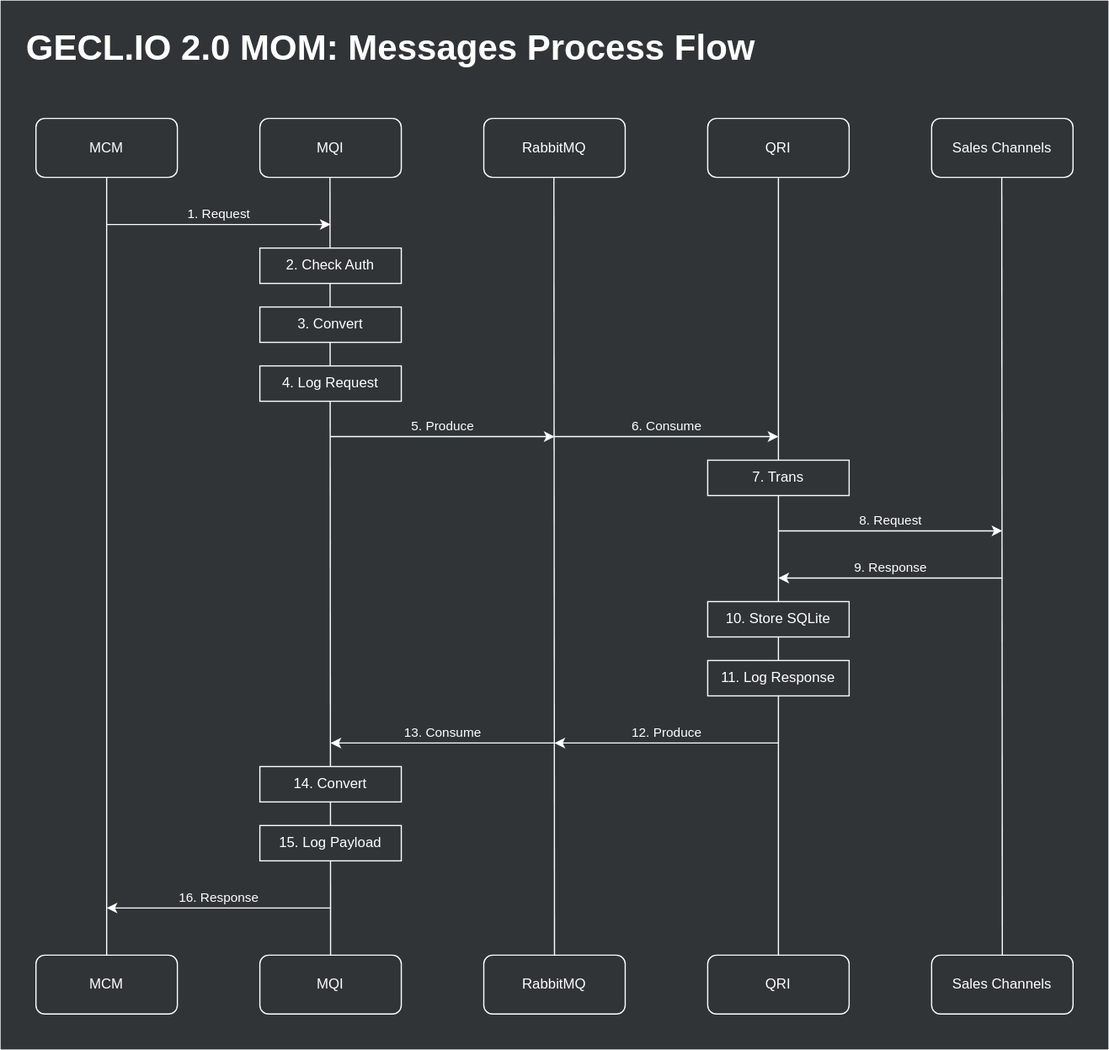
This is assets/.draw.io/documents/geclio2-mom-process.svg from jiholee-ntwglobal/jiholee-ntwglobal.github.io, a draw.io export, as it was before one commit. Source tidied: cells renumbered, new cells last; positions are measured from the earlier drawing's top-left corner, leaving out a move shared by most shapes.
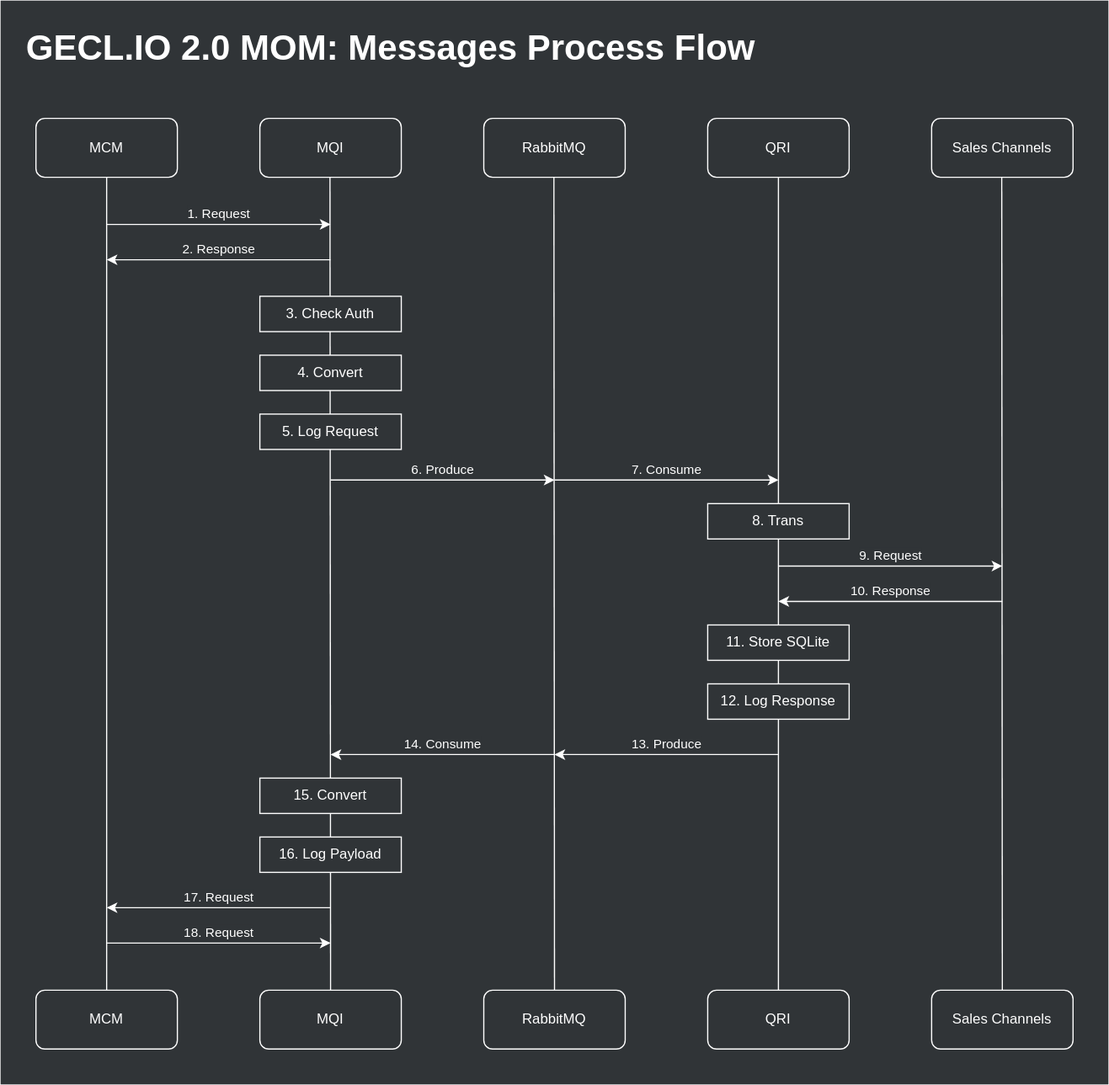
The same diagram one commit later.

Diff of the diagram source:
```diff
@@ -3,7 +3,7 @@
     <mxCell id="0" />
     <mxCell id="1" parent="0" />
     <mxCell id="2" style="rounded=0;whiteSpace=wrap;html=1;fillColor=#303437;strokeColor=none;" parent="1" vertex="1">
-      <mxGeometry width="940" height="890" as="geometry" />
+      <mxGeometry width="940" height="920" as="geometry" />
     </mxCell>
     <mxCell id="3" value="Diagrams" parent="0" />
     <mxCell id="4" style="endArrow=none;html=1;entryX=0.5;entryY=1;entryDx=0;entryDy=0;exitX=0.5;exitY=0;exitDx=0;exitDy=0;strokeColor=#FFFFFF;" parent="3" edge="1" source="19" target="11">
@@ -57,134 +57,134 @@
     <mxCell id="15" value="Sales Channels" style="rounded=1;whiteSpace=wrap;html=1;fillColor=none;strokeColor=#FFFFFF;fontColor=#FFFFFF;" parent="3" vertex="1">
       <mxGeometry x="790" y="100" width="120" height="50" as="geometry" />
     </mxCell>
-    <mxCell id="16" value="2. Check Auth" style="rounded=0;whiteSpace=wrap;html=1;strokeColor=#FFFFFF;fillColor=#303437;fontColor=#FFFFFF;" parent="3" vertex="1">
-      <mxGeometry x="220" y="210" width="120" height="30" as="geometry" />
+    <mxCell id="16" value="3. Check Auth" style="rounded=0;whiteSpace=wrap;html=1;strokeColor=#FFFFFF;fillColor=#303437;fontColor=#FFFFFF;" parent="3" vertex="1">
+      <mxGeometry x="220" y="251" width="120" height="30" as="geometry" />
     </mxCell>
-    <mxCell id="17" value="3. Convert" style="rounded=0;whiteSpace=wrap;html=1;strokeColor=#FFFFFF;fillColor=#303437;fontColor=#FFFFFF;" parent="3" vertex="1">
-      <mxGeometry x="220" y="260" width="120" height="30" as="geometry" />
+    <mxCell id="17" value="4. Convert" style="rounded=0;whiteSpace=wrap;html=1;strokeColor=#FFFFFF;fillColor=#303437;fontColor=#FFFFFF;" parent="3" vertex="1">
+      <mxGeometry x="220" y="301" width="120" height="30" as="geometry" />
     </mxCell>
-    <mxCell id="18" value="4. Log Request" style="rounded=0;whiteSpace=wrap;html=1;strokeColor=#FFFFFF;fillColor=#303437;fontColor=#FFFFFF;" parent="3" vertex="1">
-      <mxGeometry x="220" y="310" width="120" height="30" as="geometry" />
+    <mxCell id="18" value="5. Log Request" style="rounded=0;whiteSpace=wrap;html=1;strokeColor=#FFFFFF;fillColor=#303437;fontColor=#FFFFFF;" parent="3" vertex="1">
+      <mxGeometry x="220" y="351" width="120" height="30" as="geometry" />
     </mxCell>
     <mxCell id="19" value="MCM" style="rounded=1;whiteSpace=wrap;html=1;fillColor=none;strokeColor=#FFFFFF;fontColor=#FFFFFF;" parent="3" vertex="1">
-      <mxGeometry x="30" y="810" width="120" height="50" as="geometry" />
+      <mxGeometry x="30" y="840" width="120" height="50" as="geometry" />
     </mxCell>
     <mxCell id="20" value="MQI" style="rounded=1;whiteSpace=wrap;html=1;fillColor=none;strokeColor=#FFFFFF;fontColor=#FFFFFF;" parent="3" vertex="1">
-      <mxGeometry x="220" y="810" width="120" height="50" as="geometry" />
+      <mxGeometry x="220" y="840" width="120" height="50" as="geometry" />
     </mxCell>
     <mxCell id="21" value="RabbitMQ" style="rounded=1;whiteSpace=wrap;html=1;fillColor=none;strokeColor=#FFFFFF;fontColor=#FFFFFF;" parent="3" vertex="1">
-      <mxGeometry x="410" y="810" width="120" height="50" as="geometry" />
+      <mxGeometry x="410" y="840" width="120" height="50" as="geometry" />
     </mxCell>
     <mxCell id="22" value="QRI" style="rounded=1;whiteSpace=wrap;html=1;fillColor=none;strokeColor=#FFFFFF;fontColor=#FFFFFF;" parent="3" vertex="1">
-      <mxGeometry x="600" y="810" width="120" height="50" as="geometry" />
+      <mxGeometry x="600" y="840" width="120" height="50" as="geometry" />
     </mxCell>
     <mxCell id="23" value="Sales Channels" style="rounded=1;whiteSpace=wrap;html=1;fillColor=none;strokeColor=#FFFFFF;fontColor=#FFFFFF;" parent="3" vertex="1">
-      <mxGeometry x="790" y="810" width="120" height="50" as="geometry" />
+      <mxGeometry x="790" y="840" width="120" height="50" as="geometry" />
     </mxCell>
-    <mxCell id="24" value="15. Log Payload" style="rounded=0;whiteSpace=wrap;html=1;strokeColor=#FFFFFF;fillColor=#303437;fontColor=#FFFFFF;" parent="3" vertex="1">
-      <mxGeometry x="220" y="700" width="120" height="30" as="geometry" />
+    <mxCell id="24" value="16. Log Payload" style="rounded=0;whiteSpace=wrap;html=1;strokeColor=#FFFFFF;fillColor=#303437;fontColor=#FFFFFF;" parent="3" vertex="1">
+      <mxGeometry x="220" y="710" width="120" height="30" as="geometry" />
     </mxCell>
-    <mxCell id="25" value="14. Convert" style="rounded=0;whiteSpace=wrap;html=1;strokeColor=#FFFFFF;fillColor=#303437;fontColor=#FFFFFF;" parent="3" vertex="1">
-      <mxGeometry x="220" y="650" width="120" height="30" as="geometry" />
+    <mxCell id="25" value="15. Convert" style="rounded=0;whiteSpace=wrap;html=1;strokeColor=#FFFFFF;fillColor=#303437;fontColor=#FFFFFF;" parent="3" vertex="1">
+      <mxGeometry x="220" y="660" width="120" height="30" as="geometry" />
     </mxCell>
     <mxCell id="26" style="endArrow=none;html=1;entryX=0.5;entryY=1;entryDx=0;entryDy=0;exitX=0.5;exitY=0;exitDx=0;exitDy=0;strokeColor=#FFFFFF;" parent="3" edge="1" source="22" target="14">
       <mxGeometry relative="1" as="geometry" />
     </mxCell>
-    <mxCell id="27" value="10. Store SQLite" style="rounded=0;whiteSpace=wrap;html=1;strokeColor=#FFFFFF;fillColor=#303437;fontColor=#FFFFFF;" parent="3" vertex="1">
-      <mxGeometry x="600" y="510" width="120" height="30" as="geometry" />
+    <mxCell id="27" value="11. Store SQLite" style="rounded=0;whiteSpace=wrap;html=1;strokeColor=#FFFFFF;fillColor=#303437;fontColor=#FFFFFF;" parent="3" vertex="1">
+      <mxGeometry x="600" y="530" width="120" height="30" as="geometry" />
     </mxCell>
-    <mxCell id="28" value="11. Log Response" style="rounded=0;whiteSpace=wrap;html=1;strokeColor=#FFFFFF;fillColor=#303437;fontColor=#FFFFFF;" parent="3" vertex="1">
-      <mxGeometry x="600" y="560" width="120" height="30" as="geometry" />
+    <mxCell id="28" value="12. Log Response" style="rounded=0;whiteSpace=wrap;html=1;strokeColor=#FFFFFF;fillColor=#303437;fontColor=#FFFFFF;" parent="3" vertex="1">
+      <mxGeometry x="600" y="580" width="120" height="30" as="geometry" />
     </mxCell>
     <mxCell id="29" style="edgeStyle=orthogonalEdgeStyle;rounded=0;orthogonalLoop=1;jettySize=auto;html=1;strokeColor=#FFFFFF;" parent="3" edge="1">
       <mxGeometry relative="1" as="geometry">
-        <mxPoint x="280" y="370" as="sourcePoint" />
-        <mxPoint x="470" y="370" as="targetPoint" />
+        <mxPoint x="280" y="407" as="sourcePoint" />
+        <mxPoint x="470" y="407" as="targetPoint" />
         <Array as="points">
-          <mxPoint x="280" y="370" />
-          <mxPoint x="470" y="370" />
+          <mxPoint x="280" y="407" />
+          <mxPoint x="470" y="407" />
         </Array>
       </mxGeometry>
     </mxCell>
-    <mxCell id="30" value="&lt;font style=&quot;background-color: rgb(48 , 52 , 55)&quot;&gt;5. Produce&lt;/font&gt;" style="edgeLabel;html=1;align=center;verticalAlign=middle;fontColor=#FFFFFF;labelBackgroundColor=none;" parent="29" vertex="1">
+    <mxCell id="30" value="&lt;font style=&quot;background-color: rgb(48 , 52 , 55)&quot;&gt;6. Produce&lt;/font&gt;" style="edgeLabel;html=1;align=center;verticalAlign=middle;fontColor=#FFFFFF;labelBackgroundColor=none;" parent="29" vertex="1">
       <mxGeometry x="-0.2" y="-1" relative="1" as="geometry">
         <mxPoint x="18" y="-11" as="offset" />
       </mxGeometry>
     </mxCell>
     <mxCell id="31" style="edgeStyle=orthogonalEdgeStyle;rounded=0;orthogonalLoop=1;jettySize=auto;html=1;strokeColor=#FFFFFF;" parent="3" edge="1">
       <mxGeometry relative="1" as="geometry">
-        <mxPoint x="470" y="370" as="sourcePoint" />
-        <mxPoint x="660" y="370" as="targetPoint" />
+        <mxPoint x="470" y="407" as="sourcePoint" />
+        <mxPoint x="660" y="407" as="targetPoint" />
         <Array as="points">
-          <mxPoint x="470" y="370" />
-          <mxPoint x="660" y="370" />
+          <mxPoint x="470" y="407" />
+          <mxPoint x="660" y="407" />
         </Array>
       </mxGeometry>
     </mxCell>
-    <mxCell id="32" value="&lt;font style=&quot;background-color: rgb(48 , 52 , 55)&quot;&gt;6. Consume&lt;/font&gt;" style="edgeLabel;html=1;align=center;verticalAlign=middle;fontColor=#FFFFFF;labelBackgroundColor=none;" parent="31" vertex="1">
+    <mxCell id="32" value="&lt;font style=&quot;background-color: rgb(48 , 52 , 55)&quot;&gt;7. Consume&lt;/font&gt;" style="edgeLabel;html=1;align=center;verticalAlign=middle;fontColor=#FFFFFF;labelBackgroundColor=none;" parent="31" vertex="1">
       <mxGeometry x="-0.2" y="-1" relative="1" as="geometry">
         <mxPoint x="18" y="-11" as="offset" />
       </mxGeometry>
     </mxCell>
-    <mxCell id="33" value="7. Trans" style="rounded=0;whiteSpace=wrap;html=1;strokeColor=#FFFFFF;fillColor=#303437;fontColor=#FFFFFF;" parent="3" vertex="1">
-      <mxGeometry x="600" y="390" width="120" height="30" as="geometry" />
+    <mxCell id="33" value="8. Trans" style="rounded=0;whiteSpace=wrap;html=1;strokeColor=#FFFFFF;fillColor=#303437;fontColor=#FFFFFF;" parent="3" vertex="1">
+      <mxGeometry x="600" y="427" width="120" height="30" as="geometry" />
     </mxCell>
     <mxCell id="34" style="edgeStyle=orthogonalEdgeStyle;rounded=0;orthogonalLoop=1;jettySize=auto;html=1;strokeColor=#FFFFFF;" parent="3" edge="1">
       <mxGeometry relative="1" as="geometry">
-        <mxPoint x="660" y="450" as="sourcePoint" />
-        <mxPoint x="850" y="450" as="targetPoint" />
+        <mxPoint x="660" y="480" as="sourcePoint" />
+        <mxPoint x="850" y="480" as="targetPoint" />
         <Array as="points">
-          <mxPoint x="660" y="450" />
-          <mxPoint x="850" y="450" />
+          <mxPoint x="660" y="480" />
+          <mxPoint x="850" y="480" />
         </Array>
       </mxGeometry>
     </mxCell>
-    <mxCell id="35" value="&lt;font style=&quot;background-color: rgb(48 , 52 , 55)&quot;&gt;8. Request&lt;/font&gt;" style="edgeLabel;html=1;align=center;verticalAlign=middle;fontColor=#FFFFFF;labelBackgroundColor=none;" parent="34" vertex="1">
+    <mxCell id="35" value="&lt;font style=&quot;background-color: rgb(48 , 52 , 55)&quot;&gt;9. Request&lt;/font&gt;" style="edgeLabel;html=1;align=center;verticalAlign=middle;fontColor=#FFFFFF;labelBackgroundColor=none;" parent="34" vertex="1">
       <mxGeometry x="-0.2" y="-1" relative="1" as="geometry">
         <mxPoint x="18" y="-11" as="offset" />
       </mxGeometry>
     </mxCell>
     <mxCell id="36" style="edgeStyle=orthogonalEdgeStyle;rounded=0;orthogonalLoop=1;jettySize=auto;html=1;strokeColor=#FFFFFF;startArrow=classic;startFill=1;endArrow=none;endFill=0;" parent="3" edge="1">
       <mxGeometry relative="1" as="geometry">
-        <mxPoint x="660" y="490" as="sourcePoint" />
-        <mxPoint x="850" y="490" as="targetPoint" />
+        <mxPoint x="660" y="510" as="sourcePoint" />
+        <mxPoint x="850" y="510" as="targetPoint" />
         <Array as="points">
-          <mxPoint x="660" y="490" />
-          <mxPoint x="850" y="490" />
+          <mxPoint x="660" y="510" />
+          <mxPoint x="850" y="510" />
         </Array>
       </mxGeometry>
     </mxCell>
-    <mxCell id="37" value="&lt;font style=&quot;background-color: rgb(48 , 52 , 55)&quot;&gt;9. Response&lt;/font&gt;" style="edgeLabel;html=1;align=center;verticalAlign=middle;labelBackgroundColor=none;fontColor=#FFFFFF;" parent="36" vertex="1">
+    <mxCell id="37" value="&lt;font style=&quot;background-color: rgb(48 , 52 , 55)&quot;&gt;10. Response&lt;/font&gt;" style="edgeLabel;html=1;align=center;verticalAlign=middle;labelBackgroundColor=none;fontColor=#FFFFFF;" parent="36" vertex="1">
       <mxGeometry x="-0.2" y="-1" relative="1" as="geometry">
         <mxPoint x="18" y="-11" as="offset" />
       </mxGeometry>
     </mxCell>
     <mxCell id="38" style="edgeStyle=orthogonalEdgeStyle;rounded=0;orthogonalLoop=1;jettySize=auto;html=1;strokeColor=#FFFFFF;startArrow=classic;startFill=1;endArrow=none;endFill=0;" parent="3" edge="1">
       <mxGeometry relative="1" as="geometry">
-        <mxPoint x="470" y="630" as="sourcePoint" />
-        <mxPoint x="660" y="630" as="targetPoint" />
+        <mxPoint x="470" y="640" as="sourcePoint" />
+        <mxPoint x="660" y="640" as="targetPoint" />
         <Array as="points">
-          <mxPoint x="470" y="630" />
-          <mxPoint x="660" y="630" />
+          <mxPoint x="470" y="640" />
+          <mxPoint x="660" y="640" />
         </Array>
       </mxGeometry>
     </mxCell>
-    <mxCell id="39" value="&lt;font style=&quot;background-color: rgb(48 , 52 , 55)&quot;&gt;12. Produce&lt;/font&gt;" style="edgeLabel;html=1;align=center;verticalAlign=middle;fontColor=#FFFFFF;labelBackgroundColor=none;" parent="38" vertex="1">
+    <mxCell id="39" value="&lt;font style=&quot;background-color: rgb(48 , 52 , 55)&quot;&gt;13. Produce&lt;/font&gt;" style="edgeLabel;html=1;align=center;verticalAlign=middle;fontColor=#FFFFFF;labelBackgroundColor=none;" parent="38" vertex="1">
       <mxGeometry x="-0.2" y="-1" relative="1" as="geometry">
         <mxPoint x="18" y="-11" as="offset" />
       </mxGeometry>
     </mxCell>
     <mxCell id="40" style="edgeStyle=orthogonalEdgeStyle;rounded=0;orthogonalLoop=1;jettySize=auto;html=1;strokeColor=#FFFFFF;startArrow=classic;startFill=1;endArrow=none;endFill=0;" parent="3" edge="1">
       <mxGeometry relative="1" as="geometry">
-        <mxPoint x="280" y="630" as="sourcePoint" />
-        <mxPoint x="470" y="630" as="targetPoint" />
+        <mxPoint x="280" y="640" as="sourcePoint" />
+        <mxPoint x="470" y="640" as="targetPoint" />
         <Array as="points">
-          <mxPoint x="280" y="630" />
-          <mxPoint x="470" y="630" />
+          <mxPoint x="280" y="640" />
+          <mxPoint x="470" y="640" />
         </Array>
       </mxGeometry>
     </mxCell>
-    <mxCell id="41" value="&lt;font style=&quot;background-color: rgb(48 , 52 , 55)&quot;&gt;13. Consume&lt;/font&gt;" style="edgeLabel;html=1;align=center;verticalAlign=middle;fontColor=#FFFFFF;labelBackgroundColor=none;" parent="40" vertex="1">
+    <mxCell id="41" value="&lt;font style=&quot;background-color: rgb(48 , 52 , 55)&quot;&gt;14. Consume&lt;/font&gt;" style="edgeLabel;html=1;align=center;verticalAlign=middle;fontColor=#FFFFFF;labelBackgroundColor=none;" parent="40" vertex="1">
       <mxGeometry x="-0.2" y="-1" relative="1" as="geometry">
         <mxPoint x="18" y="-11" as="offset" />
       </mxGeometry>
@@ -199,10 +199,40 @@
         </Array>
       </mxGeometry>
     </mxCell>
-    <mxCell id="43" value="&lt;font style=&quot;background-color: rgb(48 , 52 , 55)&quot;&gt;16. Response&lt;/font&gt;" style="edgeLabel;html=1;align=center;verticalAlign=middle;fontColor=#FFFFFF;labelBackgroundColor=none;" parent="42" vertex="1">
+    <mxCell id="43" value="&lt;font style=&quot;background-color: rgb(48 , 52 , 55)&quot;&gt;17. Request&lt;/font&gt;" style="edgeLabel;html=1;align=center;verticalAlign=middle;fontColor=#FFFFFF;labelBackgroundColor=none;" parent="42" vertex="1">
       <mxGeometry x="-0.2" y="-1" relative="1" as="geometry">
         <mxPoint x="18" y="-11" as="offset" />
       </mxGeometry>
     </mxCell>
+    <mxCell id="44" style="edgeStyle=orthogonalEdgeStyle;rounded=0;orthogonalLoop=1;jettySize=auto;html=1;strokeColor=#FFFFFF;startArrow=classic;startFill=1;endArrow=none;endFill=0;" parent="3" edge="1">
+      <mxGeometry relative="1" as="geometry">
+        <mxPoint x="90" y="220" as="sourcePoint" />
+        <mxPoint x="280" y="220" as="targetPoint" />
+        <Array as="points">
+          <mxPoint x="90" y="220" />
+          <mxPoint x="280" y="220" />
+        </Array>
+      </mxGeometry>
+    </mxCell>
+    <mxCell id="45" value="&lt;font style=&quot;background-color: rgb(48 , 52 , 55)&quot;&gt;2. Response&lt;/font&gt;" style="edgeLabel;html=1;align=center;verticalAlign=middle;fontColor=#FFFFFF;labelBackgroundColor=none;" parent="44" vertex="1">
+      <mxGeometry x="-0.2" y="-1" relative="1" as="geometry">
+        <mxPoint x="18" y="-11" as="offset" />
+      </mxGeometry>
+    </mxCell>
+    <mxCell id="46" style="edgeStyle=orthogonalEdgeStyle;rounded=0;orthogonalLoop=1;jettySize=auto;html=1;strokeColor=#FFFFFF;" parent="3" edge="1">
+      <mxGeometry relative="1" as="geometry">
+        <mxPoint x="90" y="800" as="sourcePoint" />
+        <mxPoint x="280" y="800" as="targetPoint" />
+        <Array as="points">
+          <mxPoint x="90" y="800" />
+          <mxPoint x="280" y="800" />
+        </Array>
+      </mxGeometry>
+    </mxCell>
+    <mxCell id="47" value="&lt;font style=&quot;background-color: rgb(48 , 52 , 55)&quot;&gt;18. Request&lt;/font&gt;" style="edgeLabel;html=1;align=center;verticalAlign=middle;fontColor=#FFFFFF;labelBackgroundColor=none;" parent="46" vertex="1">
+      <mxGeometry x="-0.2" y="-1" relative="1" as="geometry">
+        <mxPoint x="18" y="-11" as="offset" />
+      </mxGeometry>
+    </mxCell>
   </root>
 </mxGraphModel>
```
